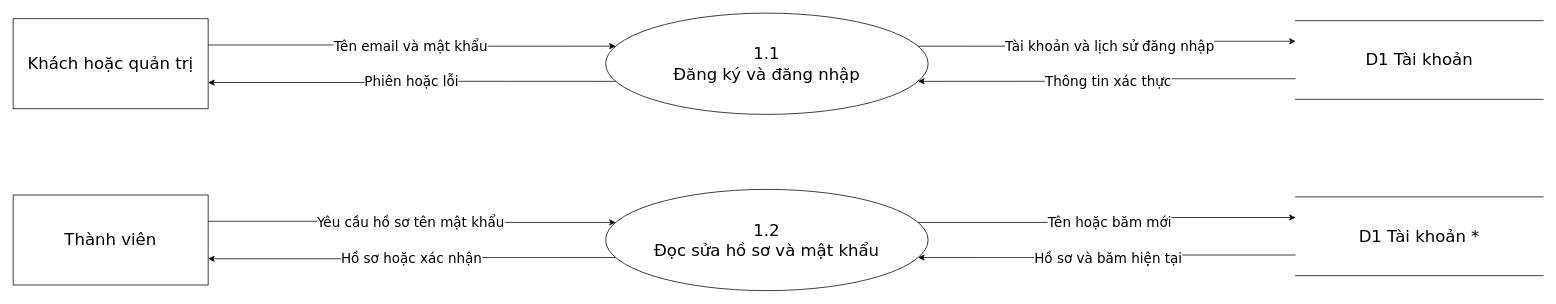
The draw.io diagram docs/so-do/DFD_Muc_2_1.drawio in YiTang-159/CNPM, before the edit. Source tidied: cells renumbered, new cells numbered last; positions are measured from the earlier drawing's top-left corner, leaving out a move shared by most shapes. Both pictures are drawn from the tidied source at 75%, with x=0, y=0 at pixel (13, 13).
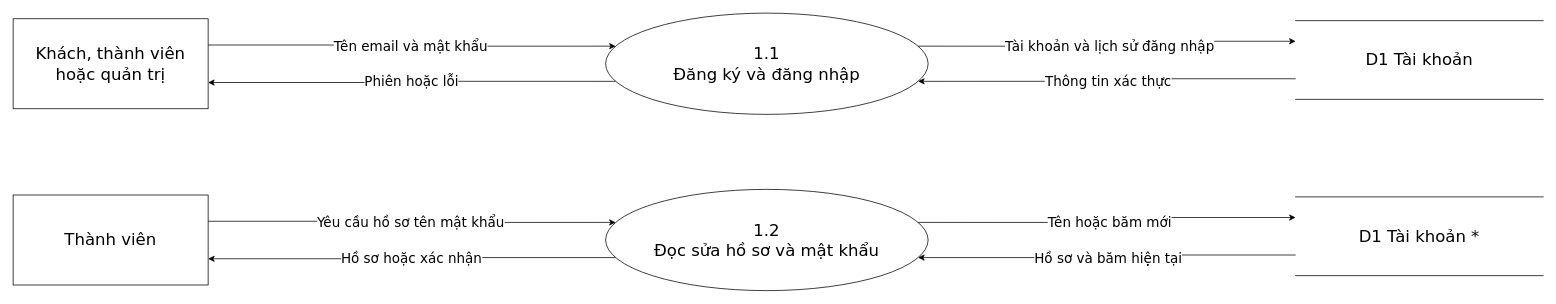
Above is the later version.

Diff of the diagram source:
```diff
@@
 <mxGraphModel>
   <root>
     <mxCell id="0" />
     <mxCell id="1" parent="0" />
     <mxCell id="2" value="1.1&lt;br&gt;Đăng ký và đăng nhập" style="ellipse;html=1;whiteSpace=wrap;strokeColor=#000000;fillColor=#ffffff;fontColor=#000000;fontFamily=DejaVu Sans;fontSize=22;" parent="1" vertex="1">
       <mxGeometry x="790" width="430" height="135" as="geometry" />
     </mxCell>
-    <mxCell id="3" value="Khách hoặc quản trị" style="html=1;whiteSpace=wrap;strokeColor=#000000;fillColor=#ffffff;fontColor=#000000;fontFamily=DejaVu Sans;fontSize=22;" parent="1" vertex="1">
+    <mxCell id="3" value="Khách, thành viên hoặc quản trị" style="html=1;whiteSpace=wrap;strokeColor=#000000;fillColor=#ffffff;fontColor=#000000;fontFamily=DejaVu Sans;fontSize=22;" parent="1" vertex="1">
       <mxGeometry y="7.5" width="260" height="120" as="geometry" />
     </mxCell>
     <mxCell id="4" value="Tên email và mật khẩu" style="edgeStyle=orthogonalEdgeStyle;rounded=0;html=1;endArrow=classic;endFill=1;fontFamily=DejaVu Sans;fontSize=18;labelBackgroundColor=#ffffff;exitX=1;exitY=0.2916666666666667;entryX=0;entryY=0.3148148148148148;strokeColor=#000000;fontColor=#000000;" parent="1" edge="1" source="3" target="2">
       <mxGeometry relative="1" as="geometry" />
     </mxCell>
     <mxCell id="5" value="Phiên hoặc lỗi" style="edgeStyle=orthogonalEdgeStyle;rounded=0;html=1;endArrow=classic;endFill=1;fontFamily=DejaVu Sans;fontSize=18;labelBackgroundColor=#ffffff;exitX=0;exitY=0.6851851851851852;entryX=1;entryY=0.7083333333333334;strokeColor=#000000;fontColor=#000000;" parent="1" edge="1" source="2" target="3">
       <mxGeometry relative="1" as="geometry" />
     </mxCell>
     <mxCell id="6" value="D1 Tài khoản" style="shape=partialRectangle;left=0;right=0;html=1;whiteSpace=wrap;strokeColor=#000000;fillColor=#ffffff;fontColor=#000000;fontFamily=DejaVu Sans;fontSize=22;" parent="1" vertex="1">
       <mxGeometry x="1710" y="10" width="330" height="105" as="geometry" />
     </mxCell>
     <mxCell id="7" value="Thông tin xác thực" style="edgeStyle=orthogonalEdgeStyle;rounded=0;html=1;endArrow=classic;endFill=1;fontFamily=DejaVu Sans;fontSize=18;labelBackgroundColor=#ffffff;exitX=0;exitY=0.7380952380952381;entryX=1;entryY=0.6851851851851852;strokeColor=#000000;fontColor=#000000;" parent="1" edge="1" source="6" target="2">
       <mxGeometry relative="1" as="geometry" />
     </mxCell>
     <mxCell id="8" value="Tài khoản và lịch sử đăng nhập" style="edgeStyle=orthogonalEdgeStyle;rounded=0;html=1;endArrow=classic;endFill=1;fontFamily=DejaVu Sans;fontSize=18;labelBackgroundColor=#ffffff;exitX=1;exitY=0.3148148148148148;entryX=0;entryY=0.2619047619047619;strokeColor=#000000;fontColor=#000000;" parent="1" edge="1" source="2" target="6">
       <mxGeometry relative="1" as="geometry" />
     </mxCell>
     <mxCell id="9" value="1.2&lt;br&gt;Đọc sửa hồ sơ và mật khẩu" style="ellipse;html=1;whiteSpace=wrap;strokeColor=#000000;fillColor=#ffffff;fontColor=#000000;fontFamily=DejaVu Sans;fontSize=22;" parent="1" vertex="1">
       <mxGeometry x="790" y="235" width="430" height="135" as="geometry" />
     </mxCell>
     <mxCell id="10" value="Thành viên" style="html=1;whiteSpace=wrap;strokeColor=#000000;fillColor=#ffffff;fontColor=#000000;fontFamily=DejaVu Sans;fontSize=22;" parent="1" vertex="1">
       <mxGeometry y="242.5" width="260" height="120" as="geometry" />
     </mxCell>
     <mxCell id="11" value="Yêu cầu hồ sơ tên mật khẩu" style="edgeStyle=orthogonalEdgeStyle;rounded=0;html=1;endArrow=classic;endFill=1;fontFamily=DejaVu Sans;fontSize=18;labelBackgroundColor=#ffffff;exitX=1;exitY=0.2916666666666667;entryX=0;entryY=0.3148148148148148;strokeColor=#000000;fontColor=#000000;" parent="1" edge="1" source="10" target="9">
       <mxGeometry relative="1" as="geometry" />
     </mxCell>
     <mxCell id="12" value="Hồ sơ hoặc xác nhận" style="edgeStyle=orthogonalEdgeStyle;rounded=0;html=1;endArrow=classic;endFill=1;fontFamily=DejaVu Sans;fontSize=18;labelBackgroundColor=#ffffff;exitX=0;exitY=0.6851851851851852;entryX=1;entryY=0.7083333333333334;strokeColor=#000000;fontColor=#000000;" parent="1" edge="1" source="9" target="10">
       <mxGeometry relative="1" as="geometry" />
     </mxCell>
     <mxCell id="13" value="D1 Tài khoản *" style="shape=partialRectangle;left=0;right=0;html=1;whiteSpace=wrap;strokeColor=#000000;fillColor=#ffffff;fontColor=#000000;fontFamily=DejaVu Sans;fontSize=22;" parent="1" vertex="1">
       <mxGeometry x="1710" y="245" width="330" height="105" as="geometry" />
     </mxCell>
     <mxCell id="14" value="Hồ sơ và băm hiện tại" style="edgeStyle=orthogonalEdgeStyle;rounded=0;html=1;endArrow=classic;endFill=1;fontFamily=DejaVu Sans;fontSize=18;labelBackgroundColor=#ffffff;exitX=0;exitY=0.7380952380952381;entryX=1;entryY=0.6851851851851852;strokeColor=#000000;fontColor=#000000;" parent="1" edge="1" source="13" target="9">
       <mxGeometry relative="1" as="geometry" />
     </mxCell>
     <mxCell id="15" value="Tên hoặc băm mới" style="edgeStyle=orthogonalEdgeStyle;rounded=0;html=1;endArrow=classic;endFill=1;fontFamily=DejaVu Sans;fontSize=18;labelBackgroundColor=#ffffff;exitX=1;exitY=0.3148148148148148;entryX=0;entryY=0.2619047619047619;strokeColor=#000000;fontColor=#000000;" parent="1" edge="1" source="9" target="13">
       <mxGeometry relative="1" as="geometry" />
     </mxCell>
   </root>
 </mxGraphModel>
```
